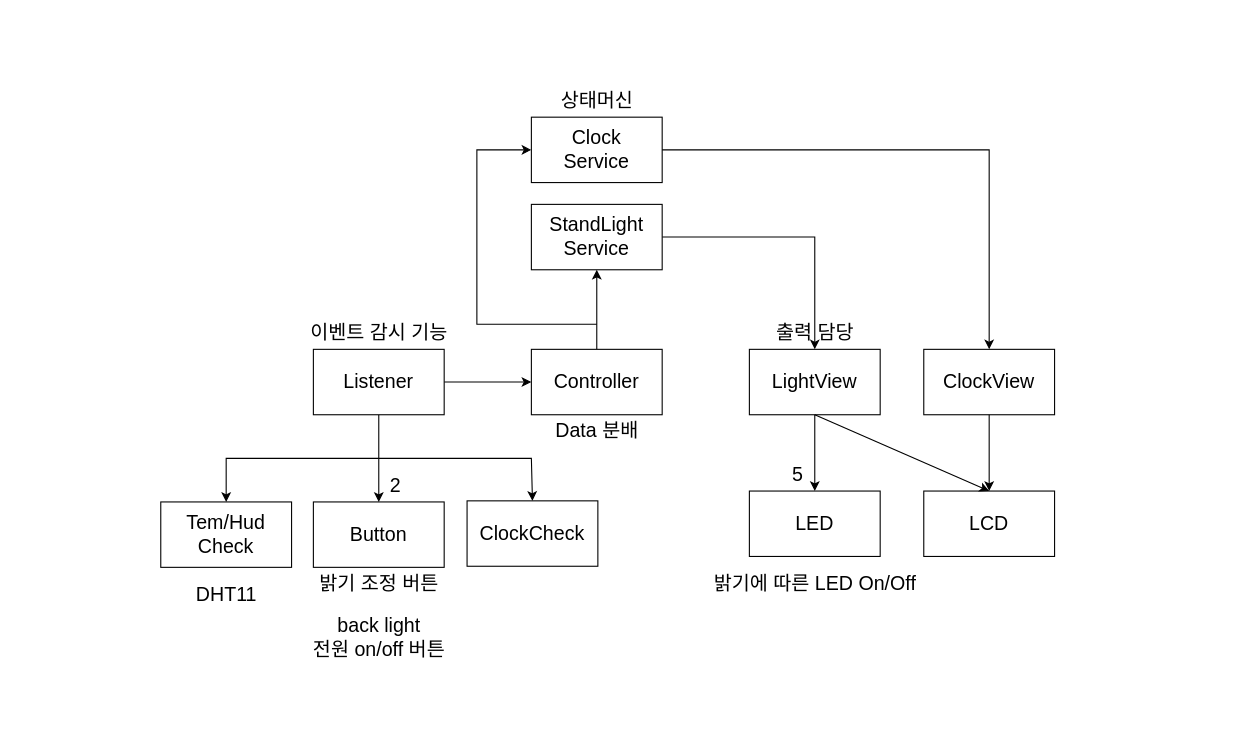
Before: page "Before_Refactory" (1 of 2) of sw_design/architecture.drawio in Chigook/StandLight_Clock_Temp_Distance, a draw.io diagram. Source tidied: cells renumbered, new cells numbered last; positions are measured from the earlier drawing's top-left corner, leaving out a move shared by most shapes. Both pictures are drawn from the tidied source at 109%, with x=0, y=0 at pixel (160, 84).
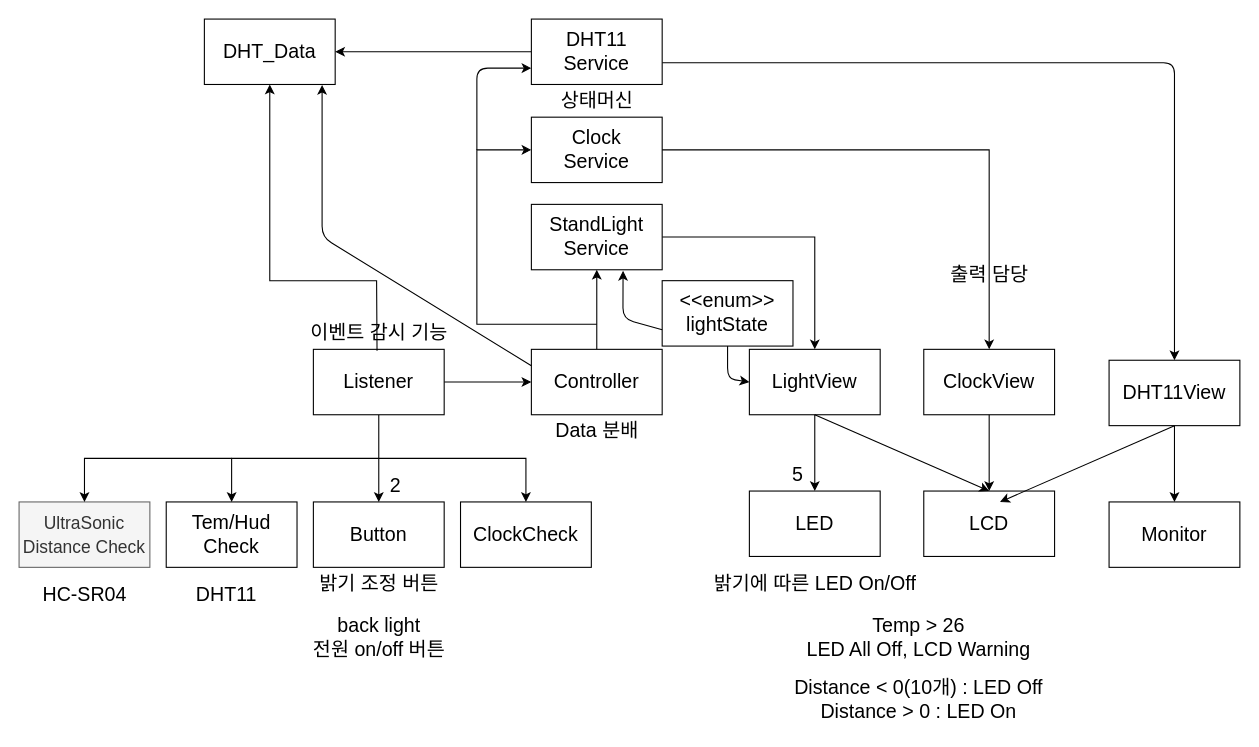
Above is the later version.

The change refers to these unchanged cells:
```xml
<mxCell id="9" value="LightView" style="whiteSpace=wrap;html=1;fontSize=18;" parent="1" vertex="1">
  <mxGeometry x="540" y="243" width="120" height="60" as="geometry" />
</mxCell>
<mxCell id="12" value="StandLight&lt;br&gt;Service" style="whiteSpace=wrap;html=1;fontSize=18;" parent="1" vertex="1">
  <mxGeometry x="340" y="110" width="120" height="60" as="geometry" />
</mxCell>
```

The edit, as a diff of the source:
```diff
@@
+    <mxCell id="34" style="edgeStyle=none;rounded=1;html=1;fontSize=16;exitX=0.5;exitY=1;exitDx=0;exitDy=0;entryX=0;entryY=0.5;entryDx=0;entryDy=0;" parent="1" edge="1" source="50" target="9">
+      <mxGeometry relative="1" as="geometry">
+        <Array as="points">
+          <mxPoint x="520" y="270" />
+        </Array>
+      </mxGeometry>
+    </mxCell>
     <mxCell id="16" value="출력 담당" style="text;html=1;align=center;verticalAlign=middle;strokeColor=none;fillColor=none;fontSize=18;" parent="1" vertex="1">
-      <mxGeometry x="555" y="213" width="90" height="30" as="geometry" />
+      <mxGeometry x="715" y="160" width="90" height="30" as="geometry" />
     </mxCell>
@@
     <mxCell id="27" value="ClockCheck" style="whiteSpace=wrap;html=1;fontSize=18;" parent="1" vertex="1">
-      <mxGeometry x="281" y="382" width="120" height="60" as="geometry" />
+      <mxGeometry x="275" y="383" width="120" height="60" as="geometry" />
     </mxCell>
     <mxCell id="28" style="endArrow=classic;html=1;rounded=0;entryX=0.5;entryY=0;entryDx=0;entryDy=0;" parent="1" edge="1" target="27">
       <mxGeometry relative="1" as="geometry">
         <mxPoint x="200" y="343" as="sourcePoint" />
         <Array as="points">
-          <mxPoint x="340" y="343" />
+          <mxPoint x="335" y="343" />
         </Array>
       </mxGeometry>
     </mxCell>
@@
     <mxCell id="31" value="Tem/Hud Check" style="whiteSpace=wrap;html=1;fontSize=18;" parent="1" vertex="1">
-      <mxGeometry y="383" width="120" height="60" as="geometry" />
+      <mxGeometry x="5" y="383" width="120" height="60" as="geometry" />
     </mxCell>
     <mxCell id="32" style="endArrow=classic;html=1;entryX=0.5;entryY=0;entryDx=0;entryDy=0;rounded=0;" parent="1" edge="1" target="31">
       <mxGeometry relative="1" as="geometry">
         <mxPoint x="200" y="343" as="sourcePoint" />
         <Array as="points">
-          <mxPoint x="60" y="343" />
+          <mxPoint x="65" y="343" />
         </Array>
       </mxGeometry>
     </mxCell>
@@
+    <mxCell id="35" value="Temp &amp;gt; 26&lt;br&gt;LED All Off, LCD Warning" style="text;html=1;align=center;verticalAlign=middle;strokeColor=none;fillColor=none;fontSize=18;" parent="1" vertex="1">
+      <mxGeometry x="585" y="483" width="220" height="50" as="geometry" />
+    </mxCell>
+    <mxCell id="36" value="&lt;font style=&quot;font-size: 16px&quot;&gt;UltraSonic&lt;br&gt;Distance Check&lt;/font&gt;" style="whiteSpace=wrap;html=1;fontSize=18;fillColor=#f5f5f5;fontColor=#333333;strokeColor=#666666;" parent="1" vertex="1">
+      <mxGeometry x="-130" y="383" width="120" height="60" as="geometry" />
+    </mxCell>
+    <mxCell id="37" value="HC-SR04" style="text;html=1;align=center;verticalAlign=middle;strokeColor=none;fillColor=none;fontSize=18;" parent="1" vertex="1">
+      <mxGeometry x="-115" y="453" width="90" height="30" as="geometry" />
+    </mxCell>
+    <mxCell id="38" style="endArrow=classic;html=1;entryX=0.5;entryY=0;entryDx=0;entryDy=0;rounded=0;" parent="1" edge="1">
+      <mxGeometry relative="1" as="geometry">
+        <mxPoint x="65" y="343" as="sourcePoint" />
+        <mxPoint x="-70" y="383" as="targetPoint" />
+        <Array as="points">
+          <mxPoint x="-70" y="343" />
+        </Array>
+      </mxGeometry>
+    </mxCell>
+    <mxCell id="39" style="edgeStyle=none;rounded=1;html=1;entryX=0.9;entryY=1.007;entryDx=0;entryDy=0;exitX=0;exitY=0.25;exitDx=0;exitDy=0;entryPerimeter=0;" parent="1" edge="1" target="40">
+      <mxGeometry relative="1" as="geometry">
+        <mxPoint x="340" y="258" as="sourcePoint" />
+        <Array as="points">
+          <mxPoint x="148" y="140" />
+        </Array>
+      </mxGeometry>
+    </mxCell>
+    <mxCell id="40" value="DHT_Data" style="whiteSpace=wrap;html=1;fontSize=18;" parent="1" vertex="1">
+      <mxGeometry x="40" y="-60" width="120" height="60" as="geometry" />
+    </mxCell>
+    <mxCell id="41" style="endArrow=classic;html=1;rounded=0;exitX=0.489;exitY=1.047;exitDx=0;exitDy=0;exitPerimeter=0;entryX=0.5;entryY=1;entryDx=0;entryDy=0;" parent="1" edge="1" target="40">
+      <mxGeometry relative="1" as="geometry">
+        <mxPoint x="198.4" y="244.4" as="sourcePoint" />
+        <Array as="points">
+          <mxPoint x="198" y="180" />
+          <mxPoint x="100" y="180" />
+        </Array>
+      </mxGeometry>
+    </mxCell>
+    <mxCell id="42" style="edgeStyle=none;html=1;entryX=0.5;entryY=0;entryDx=0;entryDy=0;" parent="1" edge="1" target="44">
+      <mxGeometry relative="1" as="geometry">
+        <mxPoint x="460" y="-20" as="sourcePoint" />
+        <Array as="points">
+          <mxPoint x="930" y="-20" />
+        </Array>
+      </mxGeometry>
+    </mxCell>
+    <mxCell id="43" style="edgeStyle=none;rounded=1;html=1;exitX=0.5;exitY=1;exitDx=0;exitDy=0;entryX=0.5;entryY=0;entryDx=0;entryDy=0;" parent="1" edge="1" source="44" target="46">
+      <mxGeometry relative="1" as="geometry" />
+    </mxCell>
+    <mxCell id="44" value="DHT11View" style="whiteSpace=wrap;html=1;fontSize=18;" parent="1" vertex="1">
+      <mxGeometry x="870" y="253" width="120" height="60" as="geometry" />
+    </mxCell>
+    <mxCell id="45" style="endArrow=classic;html=1;rounded=0;exitX=0.5;exitY=1;exitDx=0;exitDy=0;entryX=0.5;entryY=0;entryDx=0;entryDy=0;" parent="1" edge="1" source="44">
+      <mxGeometry relative="1" as="geometry">
+        <mxPoint x="770" y="383" as="targetPoint" />
+      </mxGeometry>
+    </mxCell>
+    <mxCell id="46" value="Monitor" style="whiteSpace=wrap;html=1;fontSize=18;" parent="1" vertex="1">
+      <mxGeometry x="870" y="383" width="120" height="60" as="geometry" />
+    </mxCell>
+    <mxCell id="47" style="edgeStyle=none;rounded=0;html=1;exitX=0;exitY=0.5;exitDx=0;exitDy=0;entryX=1;entryY=0.5;entryDx=0;entryDy=0;" parent="1" edge="1" source="48" target="40">
+      <mxGeometry relative="1" as="geometry" />
+    </mxCell>
+    <mxCell id="48" value="DHT11&lt;br&gt;Service" style="whiteSpace=wrap;html=1;fontSize=18;" parent="1" vertex="1">
+      <mxGeometry x="340" y="-60" width="120" height="60" as="geometry" />
+    </mxCell>
+    <mxCell id="49" style="endArrow=classic;html=1;entryX=0;entryY=0.75;entryDx=0;entryDy=0;rounded=1;" parent="1" edge="1" target="48">
+      <mxGeometry relative="1" as="geometry">
+        <mxPoint x="290" y="60" as="sourcePoint" />
+        <Array as="points">
+          <mxPoint x="290" y="-15" />
+        </Array>
+      </mxGeometry>
+    </mxCell>
+    <mxCell id="50" value="&amp;lt;&amp;lt;enum&amp;gt;&amp;gt;&lt;br&gt;lightState" style="whiteSpace=wrap;html=1;fontSize=18;" parent="1" vertex="1">
+      <mxGeometry x="460" y="180" width="120" height="60" as="geometry" />
+    </mxCell>
+    <mxCell id="51" style="edgeStyle=none;rounded=1;html=1;fontSize=16;exitX=0;exitY=0.75;exitDx=0;exitDy=0;entryX=0.701;entryY=1.016;entryDx=0;entryDy=0;entryPerimeter=0;" parent="1" edge="1" source="50" target="12">
+      <mxGeometry relative="1" as="geometry">
+        <Array as="points">
+          <mxPoint x="424" y="215" />
+        </Array>
+      </mxGeometry>
+    </mxCell>
+    <mxCell id="52" value="Distance &amp;lt; 0(10개) : LED Off&lt;br&gt;Distance &amp;gt; 0 : LED On" style="text;html=1;align=center;verticalAlign=middle;strokeColor=none;fillColor=none;fontSize=18;" parent="1" vertex="1">
+      <mxGeometry x="575" y="540" width="240" height="50" as="geometry" />
+    </mxCell>
```
